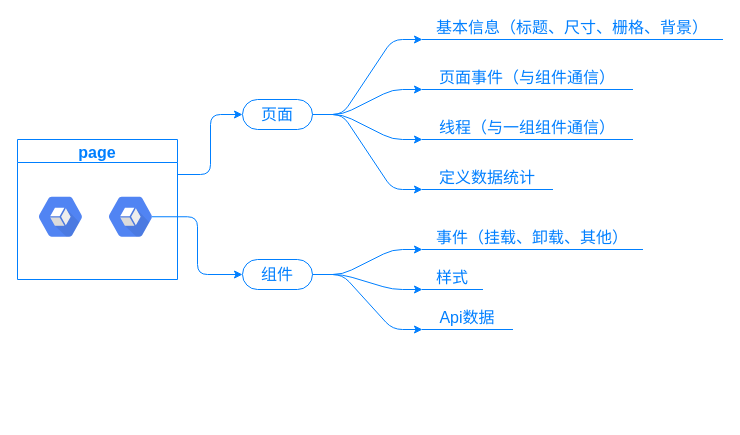
The draw.io diagram yugong/页面与组件.drawio in eightfeet/mind, before the edit. Source tidied: cells renumbered, new cells numbered last; positions are measured from the earlier drawing's top-left corner, leaving out a move shared by most shapes. Both pictures are drawn from the tidied source at 100%, with x=0, y=0 at pixel (17, 19).
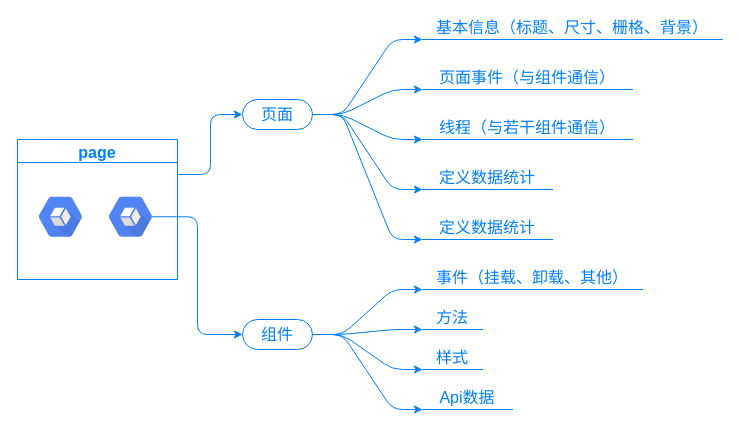
After the change.

Commit message (it also covers changes not shown here):
更新页面与组件

The change refers to these unchanged cells:
```xml
<mxCell id="6" value="页面" style="whiteSpace=wrap;html=1;rounded=1;arcSize=50;align=center;verticalAlign=middle;strokeWidth=1;spacing=4;newEdgeStyle={&quot;edgeStyle&quot;:&quot;entityRelationEdgeStyle&quot;,&quot;startArrow&quot;:&quot;none&quot;,&quot;endArrow&quot;:&quot;none&quot;,&quot;segment&quot;:10,&quot;curved&quot;:1};labelBackgroundColor=none;fontColor=#007FFF;labelBorderColor=none;strokeColor=#007FFF;fontSize=16;" parent="1" vertex="1">
  <mxGeometry x="225" y="80" width="70" height="30" as="geometry" />
</mxCell>
```

Diff of the diagram source:
```diff
@@
     <mxCell id="14" value="组件" style="whiteSpace=wrap;html=1;rounded=1;arcSize=50;align=center;verticalAlign=middle;strokeWidth=1;spacing=4;newEdgeStyle={&quot;edgeStyle&quot;:&quot;entityRelationEdgeStyle&quot;,&quot;startArrow&quot;:&quot;none&quot;,&quot;endArrow&quot;:&quot;none&quot;,&quot;segment&quot;:10,&quot;curved&quot;:1};labelBackgroundColor=none;fontColor=#007FFF;labelBorderColor=none;strokeColor=#007FFF;fontSize=16;" parent="1" vertex="1">
-      <mxGeometry x="225" y="240" width="70" height="30" as="geometry" />
+      <mxGeometry x="225" y="300" width="70" height="30" as="geometry" />
     </mxCell>
@@
-    <mxCell id="18" value="线程（与一组组件通信）" style="whiteSpace=wrap;html=1;shape=partialRectangle;top=0;left=0;bottom=1;right=0;points=[[0,1],[1,1]];fillColor=none;align=center;verticalAlign=bottom;routingCenterY=0.5;snapToPoint=1;newEdgeStyle={&quot;edgeStyle&quot;:&quot;entityRelationEdgeStyle&quot;,&quot;startArrow&quot;:&quot;none&quot;,&quot;endArrow&quot;:&quot;none&quot;,&quot;segment&quot;:10,&quot;curved&quot;:1};labelBackgroundColor=none;labelBorderColor=none;fontColor=#007FFF;strokeColor=#007FFF;fontSize=16;" parent="1" vertex="1">
+    <mxCell id="18" value="线程（与若干组件通信）" style="whiteSpace=wrap;html=1;shape=partialRectangle;top=0;left=0;bottom=1;right=0;points=[[0,1],[1,1]];fillColor=none;align=center;verticalAlign=bottom;routingCenterY=0.5;snapToPoint=1;newEdgeStyle={&quot;edgeStyle&quot;:&quot;entityRelationEdgeStyle&quot;,&quot;startArrow&quot;:&quot;none&quot;,&quot;endArrow&quot;:&quot;none&quot;,&quot;segment&quot;:10,&quot;curved&quot;:1};labelBackgroundColor=none;labelBorderColor=none;fontColor=#007FFF;strokeColor=#007FFF;fontSize=16;" parent="1" vertex="1">
       <mxGeometry x="405" y="100" width="210" height="20" as="geometry" />
     </mxCell>
@@
     <mxCell id="20" value="事件（挂载、卸载、其他）" style="whiteSpace=wrap;html=1;shape=partialRectangle;top=0;left=0;bottom=1;right=0;points=[[0,1],[1,1]];fillColor=none;align=center;verticalAlign=bottom;routingCenterY=0.5;snapToPoint=1;newEdgeStyle={&quot;edgeStyle&quot;:&quot;entityRelationEdgeStyle&quot;,&quot;startArrow&quot;:&quot;none&quot;,&quot;endArrow&quot;:&quot;none&quot;,&quot;segment&quot;:10,&quot;curved&quot;:1};labelBackgroundColor=none;labelBorderColor=none;fontColor=#007FFF;strokeColor=#007FFF;fontSize=16;" parent="1" vertex="1">
-      <mxGeometry x="405" y="210" width="220" height="20" as="geometry" />
+      <mxGeometry x="405" y="250" width="220" height="20" as="geometry" />
     </mxCell>
     <mxCell id="21" value="样式" style="whiteSpace=wrap;html=1;shape=partialRectangle;top=0;left=0;bottom=1;right=0;points=[[0,1],[1,1]];fillColor=none;align=center;verticalAlign=bottom;routingCenterY=0.5;snapToPoint=1;newEdgeStyle={&quot;edgeStyle&quot;:&quot;entityRelationEdgeStyle&quot;,&quot;startArrow&quot;:&quot;none&quot;,&quot;endArrow&quot;:&quot;none&quot;,&quot;segment&quot;:10,&quot;curved&quot;:1};labelBackgroundColor=none;labelBorderColor=none;fontColor=#007FFF;strokeColor=#007FFF;fontSize=16;" parent="1" vertex="1">
-      <mxGeometry x="405" y="250" width="60" height="20" as="geometry" />
+      <mxGeometry x="405" y="330" width="60" height="20" as="geometry" />
     </mxCell>
     <mxCell id="22" value="Api数据" style="whiteSpace=wrap;html=1;shape=partialRectangle;top=0;left=0;bottom=1;right=0;points=[[0,1],[1,1]];fillColor=none;align=center;verticalAlign=bottom;routingCenterY=0.5;snapToPoint=1;newEdgeStyle={&quot;edgeStyle&quot;:&quot;entityRelationEdgeStyle&quot;,&quot;startArrow&quot;:&quot;none&quot;,&quot;endArrow&quot;:&quot;none&quot;,&quot;segment&quot;:10,&quot;curved&quot;:1};labelBackgroundColor=none;labelBorderColor=none;fontColor=#007FFF;strokeColor=#007FFF;fontSize=16;" parent="1" vertex="1">
-      <mxGeometry x="405" y="290" width="90" height="20" as="geometry" />
+      <mxGeometry x="405" y="370" width="90" height="20" as="geometry" />
     </mxCell>
+    <mxCell id="23" value="方法" style="whiteSpace=wrap;html=1;shape=partialRectangle;top=0;left=0;bottom=1;right=0;points=[[0,1],[1,1]];fillColor=none;align=center;verticalAlign=bottom;routingCenterY=0.5;snapToPoint=1;newEdgeStyle={&quot;edgeStyle&quot;:&quot;entityRelationEdgeStyle&quot;,&quot;startArrow&quot;:&quot;none&quot;,&quot;endArrow&quot;:&quot;none&quot;,&quot;segment&quot;:10,&quot;curved&quot;:1};labelBackgroundColor=none;labelBorderColor=none;fontColor=#007FFF;strokeColor=#007FFF;fontSize=16;" parent="1" vertex="1">
+      <mxGeometry x="405" y="290" width="60" height="20" as="geometry" />
+    </mxCell>
+    <mxCell id="24" style="edgeStyle=entityRelationEdgeStyle;jumpStyle=line;jumpSize=0;html=1;exitX=1;exitY=0.5;exitDx=0;exitDy=0;entryX=0;entryY=1;entryDx=0;entryDy=0;fontColor=#007FFF;endArrow=classic;endFill=1;strokeColor=#007FFF;fontSize=16;" parent="1" edge="1" source="14" target="23">
+      <mxGeometry relative="1" as="geometry" />
+    </mxCell>
+    <mxCell id="25" value="定义数据统计" style="whiteSpace=wrap;html=1;shape=partialRectangle;top=0;left=0;bottom=1;right=0;points=[[0,1],[1,1]];fillColor=none;align=center;verticalAlign=bottom;routingCenterY=0.5;snapToPoint=1;newEdgeStyle={&quot;edgeStyle&quot;:&quot;entityRelationEdgeStyle&quot;,&quot;startArrow&quot;:&quot;none&quot;,&quot;endArrow&quot;:&quot;none&quot;,&quot;segment&quot;:10,&quot;curved&quot;:1};labelBackgroundColor=none;labelBorderColor=none;fontColor=#007FFF;strokeColor=#007FFF;fontSize=16;" parent="1" vertex="1">
+      <mxGeometry x="405" y="200" width="130" height="20" as="geometry" />
+    </mxCell>
+    <mxCell id="26" style="edgeStyle=entityRelationEdgeStyle;jumpStyle=line;jumpSize=0;html=1;exitX=1;exitY=0.5;exitDx=0;exitDy=0;entryX=0;entryY=1;entryDx=0;entryDy=0;fontColor=#007FFF;endArrow=classic;endFill=1;strokeColor=#007FFF;fontSize=16;" parent="1" edge="1" source="6" target="25">
+      <mxGeometry relative="1" as="geometry" />
+    </mxCell>
```
